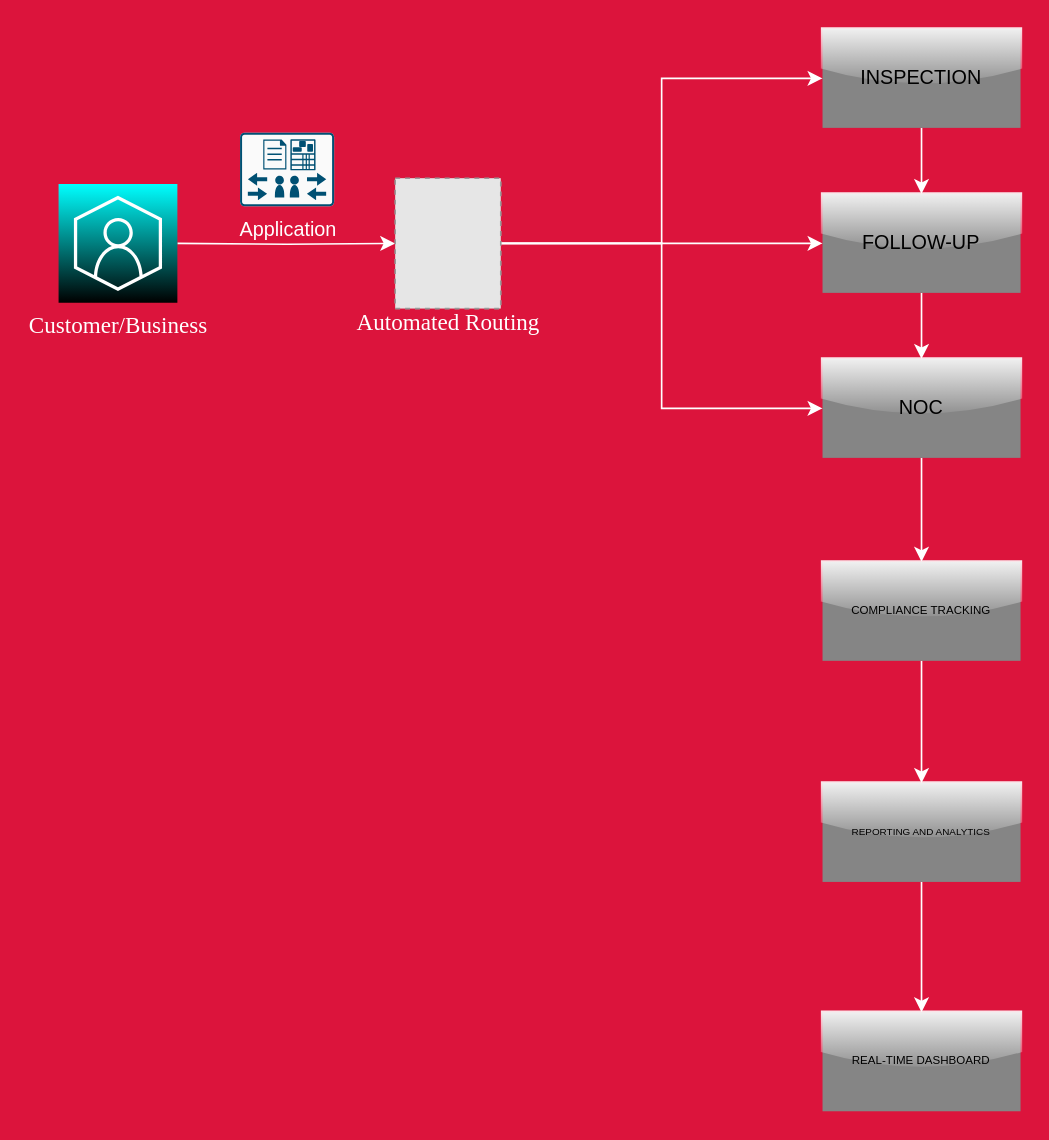
The draw.io diagram Untitled Diagram.drawio in Codeboi007/Tooeasy, before the edit. Source tidied: cells renumbered, new cells numbered last; positions are measured from the earlier drawing's top-left corner, leaving out a move shared by most shapes. Both pictures are drawn from the tidied source at 165%, with x=0, y=0 at pixel (58, 28). Pictures stored in the file or linked from it are replaced by grey dashed boxes.
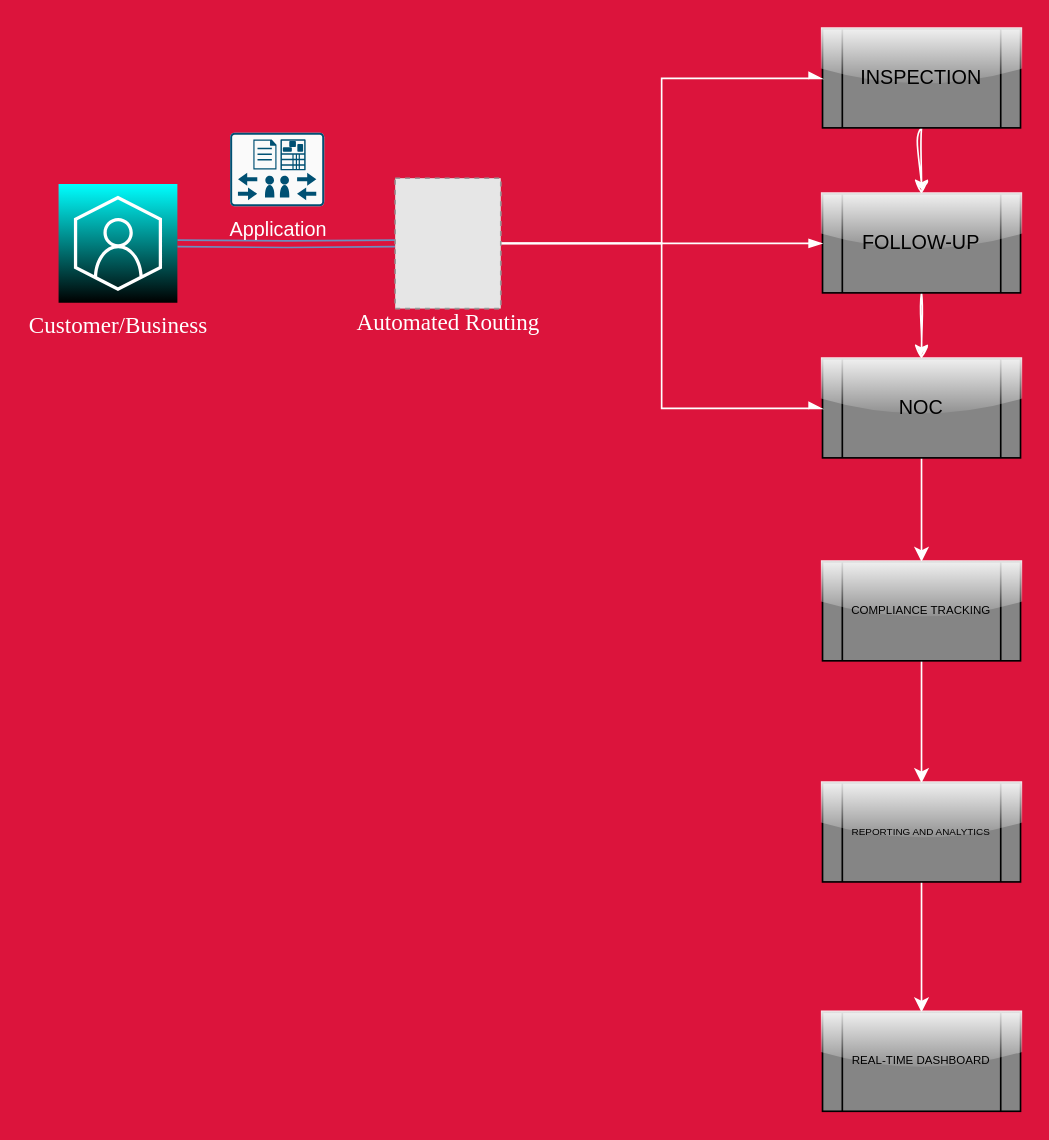
The same diagram, later.

Unchanged cells that the change refers to:
```xml
<mxCell id="13" value="Automated Routing" style="fillColor=#E6E6E6;strokeColor=#999999;dashed=1;html=1;verticalAlign=top;labelPosition=center;verticalLabelPosition=bottom;align=center;spacingTop=-6;fontSize=14;fontStyle=0;fontColor=#ffffff;fontFamily=Times New Roman;" parent="1" vertex="1">
  <mxGeometry x="204" y="90.5" width="64" height="79" as="geometry" />
</mxCell>
```

Diff of the diagram source:
```diff
@@
-    <mxCell id="2" style="edgeStyle=orthogonalEdgeStyle;rounded=0;jettySize=auto;html=1;exitX=1;exitY=0.5;exitDx=0;exitDy=0;exitPerimeter=0;entryX=0;entryY=0.5;entryDx=0;entryDy=0;fontColor=#000000;strokeColor=#ffffff;curved=0;" parent="1" edge="1" target="13">
+    <mxCell id="2" style="edgeStyle=orthogonalEdgeStyle;rounded=0;jettySize=auto;html=1;exitX=1;exitY=0.5;exitDx=0;exitDy=0;exitPerimeter=0;entryX=0;entryY=0.5;entryDx=0;entryDy=0;fontColor=#000000;curved=0;shape=link;flowAnimation=0;shadow=0;fillColor=#dae8fc;strokeColor=#6c8ebf;" parent="1" edge="1" target="13">
       <mxGeometry relative="1" as="geometry">
         <mxPoint x="72" y="130" as="sourcePoint" />
       </mxGeometry>
     </mxCell>
-    <mxCell id="3" style="edgeStyle=orthogonalEdgeStyle;rounded=0;jettySize=auto;html=1;exitX=0.5;exitY=1;exitDx=0;exitDy=0;entryX=0.5;entryY=0;entryDx=0;entryDy=0;strokeColor=#ffffff;" parent="1" edge="1" source="4" target="8">
+    <mxCell id="3" style="edgeStyle=orthogonalEdgeStyle;rounded=0;jettySize=auto;html=1;exitX=0.5;exitY=1;exitDx=0;exitDy=0;entryX=0.5;entryY=0;entryDx=0;entryDy=0;strokeColor=#ffffff;sketch=1;curveFitting=1;jiggle=2;" parent="1" edge="1" source="4" target="8">
       <mxGeometry relative="1" as="geometry" />
     </mxCell>
-    <mxCell id="4" value="FOLLOW-UP" style="shape=process;whiteSpace=wrap;html=1;backgroundOutline=1;fillColor=#858585;strokeColor=none;glass=1;" parent="1" vertex="1">
+    <mxCell id="4" value="FOLLOW-UP" style="shape=process;whiteSpace=wrap;html=1;backgroundOutline=1;fillColor=#858585;strokeColor=#000000;glass=1;" parent="1" vertex="1">
       <mxGeometry x="463" y="100" width="120" height="60" as="geometry" />
     </mxCell>
-    <mxCell id="5" style="edgeStyle=orthogonalEdgeStyle;rounded=0;jettySize=auto;html=1;exitX=0.5;exitY=1;exitDx=0;exitDy=0;entryX=0.5;entryY=0;entryDx=0;entryDy=0;strokeColor=#ffffff;" parent="1" edge="1" source="6" target="4">
+    <mxCell id="5" style="edgeStyle=orthogonalEdgeStyle;rounded=0;jettySize=auto;html=1;exitX=0.5;exitY=1;exitDx=0;exitDy=0;entryX=0.5;entryY=0;entryDx=0;entryDy=0;strokeColor=#ffffff;sketch=1;curveFitting=1;jiggle=2;" parent="1" edge="1" source="6" target="4">
       <mxGeometry relative="1" as="geometry" />
     </mxCell>
-    <mxCell id="6" value="INSPECTION" style="shape=process;whiteSpace=wrap;html=1;backgroundOutline=1;fillColor=#858585;strokeColor=none;rounded=0;glass=1;gradientColor=none;" parent="1" vertex="1">
+    <mxCell id="6" value="INSPECTION" style="shape=process;whiteSpace=wrap;html=1;backgroundOutline=1;fillColor=#858585;strokeColor=default;rounded=0;glass=1;gradientColor=none;textShadow=0;shadow=0;perimeterSpacing=0;" parent="1" vertex="1">
       <mxGeometry x="463" width="120" height="60" as="geometry" />
     </mxCell>
@@
-    <mxCell id="8" value="NOC" style="shape=process;whiteSpace=wrap;html=1;backgroundOutline=1;fillColor=#858585;strokeColor=none;glass=1;shadow=0;" parent="1" vertex="1">
+    <mxCell id="8" value="NOC" style="shape=process;whiteSpace=wrap;html=1;backgroundOutline=1;fillColor=#858585;strokeColor=#000000;glass=1;shadow=0;" parent="1" vertex="1">
       <mxGeometry x="463" y="200" width="120" height="60" as="geometry" />
     </mxCell>
@@
-    <mxCell id="10" style="edgeStyle=orthogonalEdgeStyle;rounded=0;jettySize=auto;html=1;entryX=0;entryY=0.5;entryDx=0;entryDy=0;exitX=1;exitY=0.5;exitDx=0;exitDy=0;strokeColor=#ffffff;" parent="1" edge="1" source="13" target="4">
+    <mxCell id="10" style="edgeStyle=orthogonalEdgeStyle;rounded=0;jettySize=auto;html=1;entryX=0;entryY=0.5;entryDx=0;entryDy=0;exitX=1;exitY=0.5;exitDx=0;exitDy=0;strokeColor=#ffffff;endArrow=blockThin;endFill=1;flowAnimation=1;" parent="1" edge="1" source="13" target="4">
       <mxGeometry relative="1" as="geometry" />
     </mxCell>
-    <mxCell id="11" style="edgeStyle=orthogonalEdgeStyle;rounded=0;jettySize=auto;html=1;exitX=1;exitY=0.5;exitDx=0;exitDy=0;entryX=0;entryY=0.5;entryDx=0;entryDy=0;strokeColor=#ffffff;" parent="1" edge="1" source="13" target="6">
+    <mxCell id="11" style="edgeStyle=orthogonalEdgeStyle;rounded=0;jettySize=auto;html=1;exitX=1;exitY=0.5;exitDx=0;exitDy=0;entryX=0;entryY=0.5;entryDx=0;entryDy=0;strokeColor=#ffffff;endArrow=async;endFill=1;flowAnimation=1;" parent="1" edge="1" source="13" target="6">
       <mxGeometry relative="1" as="geometry" />
     </mxCell>
-    <mxCell id="12" style="edgeStyle=orthogonalEdgeStyle;rounded=0;jettySize=auto;html=1;exitX=1;exitY=0.5;exitDx=0;exitDy=0;entryX=0;entryY=0.5;entryDx=0;entryDy=0;strokeColor=#ffffff;" parent="1" edge="1" source="13" target="8">
+    <mxCell id="12" style="edgeStyle=orthogonalEdgeStyle;rounded=0;jettySize=auto;html=1;exitX=1;exitY=0.5;exitDx=0;exitDy=0;entryX=0;entryY=0.5;entryDx=0;entryDy=0;strokeColor=#ffffff;endArrow=async;endFill=1;flowAnimation=1;" parent="1" edge="1" source="13" target="8">
       <mxGeometry relative="1" as="geometry" />
     </mxCell>
@@
     <mxCell id="14" value="Application" style="sketch=0;verticalLabelPosition=bottom;html=1;verticalAlign=top;align=center;shape=mxgraph.cisco19.rect;prIcon=meeting_scheduling_and_management_server;fillColor=#FAFAFA;strokeColor=#005073;fontColor=#ffffff;" parent="1" vertex="1">
-      <mxGeometry x="110" y="63" width="57" height="44.5" as="geometry" />
+      <mxGeometry x="104" y="63" width="57" height="44.5" as="geometry" />
     </mxCell>
@@
-    <mxCell id="16" value="&lt;p style=&quot;line-height: 120%; font-size: 7px;&quot;&gt;COMPLIANCE TRACKING&lt;/p&gt;" style="shape=process;whiteSpace=wrap;html=1;backgroundOutline=1;fillColor=#858585;strokeColor=none;glass=1;shadow=0;gradientColor=none;fontSize=7;" parent="1" vertex="1">
+    <mxCell id="16" value="&lt;p style=&quot;line-height: 120%; font-size: 7px;&quot;&gt;COMPLIANCE TRACKING&lt;/p&gt;" style="shape=process;whiteSpace=wrap;html=1;backgroundOutline=1;fillColor=#858585;strokeColor=default;glass=1;shadow=0;gradientColor=none;fontSize=7;" parent="1" vertex="1">
       <mxGeometry x="463" y="323" width="120" height="60" as="geometry" />
     </mxCell>
@@
-    <mxCell id="18" value="REPORTING AND ANALYTICS" style="shape=process;whiteSpace=wrap;html=1;backgroundOutline=1;fillColor=#858585;strokeColor=none;glass=1;shadow=0;fontSize=6;" parent="1" vertex="1">
+    <mxCell id="18" value="REPORTING AND ANALYTICS" style="shape=process;whiteSpace=wrap;html=1;backgroundOutline=1;fillColor=#858585;strokeColor=default;glass=1;shadow=0;fontSize=6;" parent="1" vertex="1">
       <mxGeometry x="463" y="457" width="120" height="60" as="geometry" />
     </mxCell>
-    <mxCell id="19" value="REAL-TIME DASHBOARD" style="shape=process;whiteSpace=wrap;html=1;backgroundOutline=1;fillColor=#858585;strokeColor=none;glass=1;shadow=0;fontSize=7;" parent="1" vertex="1">
+    <mxCell id="19" value="REAL-TIME DASHBOARD" style="shape=process;whiteSpace=wrap;html=1;backgroundOutline=1;fillColor=#858585;strokeColor=default;glass=1;shadow=0;fontSize=7;" parent="1" vertex="1">
       <mxGeometry x="463" y="596" width="120" height="60" as="geometry" />
     </mxCell>
```
